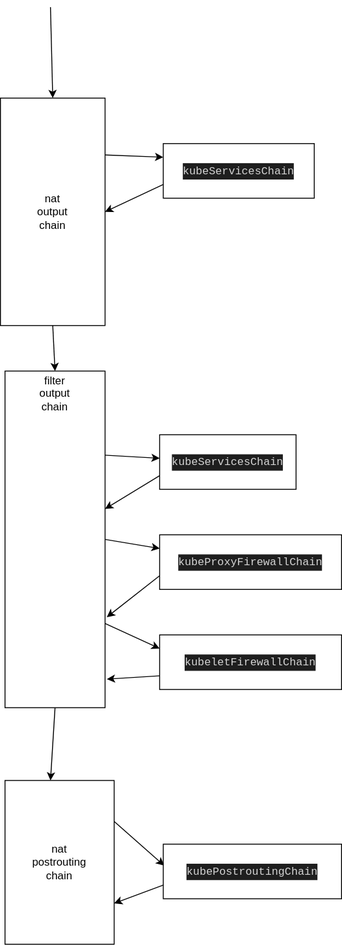
Earlier version of the draw.io export Kubernetes/resource/kubeProxyInitOutputChainJump.drawio.svg (FanHa/fanha.github.io). Source tidied: cells renumbered, new cells last; positions are measured from the earlier drawing's top-left corner, leaving out a move shared by most shapes. Its diagram source:
```xml
<mxGraphModel>
  <root>
    <mxCell id="0" />
    <mxCell id="1" parent="0" />
    <mxCell id="2" style="edgeStyle=none;html=1;exitX=1;exitY=0.25;exitDx=0;exitDy=0;" parent="1" edge="1" source="6" target="9">
      <mxGeometry relative="1" as="geometry" />
    </mxCell>
    <mxCell id="3" style="edgeStyle=none;html=1;exitX=1;exitY=0.5;exitDx=0;exitDy=0;entryX=0;entryY=0.25;entryDx=0;entryDy=0;" parent="1" edge="1" source="6" target="11">
      <mxGeometry relative="1" as="geometry" />
    </mxCell>
    <mxCell id="4" style="edgeStyle=none;html=1;exitX=1;exitY=0.75;exitDx=0;exitDy=0;entryX=0;entryY=0.25;entryDx=0;entryDy=0;" parent="1" edge="1" source="6" target="13">
      <mxGeometry relative="1" as="geometry" />
    </mxCell>
    <mxCell id="5" style="edgeStyle=none;html=1;exitX=0.5;exitY=1;exitDx=0;exitDy=0;" parent="1" edge="1" source="6">
      <mxGeometry relative="1" as="geometry">
        <mxPoint x="55" y="850" as="targetPoint" />
      </mxGeometry>
    </mxCell>
    <mxCell id="6" style="rounded=0;whiteSpace=wrap;html=1;" parent="1" vertex="1">
      <mxGeometry x="5" y="400" width="110" height="370" as="geometry" />
    </mxCell>
    <mxCell id="7" value="filter output&lt;br&gt;chain" style="text;html=1;strokeColor=none;fillColor=none;align=center;verticalAlign=middle;whiteSpace=wrap;rounded=0;" parent="1" vertex="1">
      <mxGeometry x="30" y="410" width="60" height="30" as="geometry" />
    </mxCell>
    <mxCell id="8" style="edgeStyle=none;html=1;exitX=0;exitY=0.75;exitDx=0;exitDy=0;" parent="1" edge="1" source="9" target="6">
      <mxGeometry relative="1" as="geometry" />
    </mxCell>
    <mxCell id="9" value="&lt;div style=&quot;color: rgb(212, 212, 212); background-color: rgb(30, 30, 30); font-family: Menlo, Monaco, &amp;quot;Courier New&amp;quot;, monospace; line-height: 18px;&quot;&gt;kubeServicesChain&lt;/div&gt;" style="rounded=0;whiteSpace=wrap;html=1;" parent="1" vertex="1">
      <mxGeometry x="175" y="470" width="150" height="60" as="geometry" />
    </mxCell>
    <mxCell id="10" style="edgeStyle=none;html=1;exitX=0;exitY=0.75;exitDx=0;exitDy=0;entryX=1.018;entryY=0.731;entryDx=0;entryDy=0;entryPerimeter=0;" parent="1" edge="1" source="11" target="6">
      <mxGeometry relative="1" as="geometry" />
    </mxCell>
    <mxCell id="11" value="&lt;div style=&quot;color: rgb(212, 212, 212); background-color: rgb(30, 30, 30); font-family: Menlo, Monaco, &amp;quot;Courier New&amp;quot;, monospace; line-height: 18px;&quot;&gt;&lt;div style=&quot;line-height: 18px;&quot;&gt;kubeProxyFirewallChain&lt;/div&gt;&lt;/div&gt;" style="rounded=0;whiteSpace=wrap;html=1;" parent="1" vertex="1">
      <mxGeometry x="175" y="580" width="200" height="60" as="geometry" />
    </mxCell>
    <mxCell id="12" style="edgeStyle=none;html=1;exitX=0;exitY=0.75;exitDx=0;exitDy=0;entryX=1.018;entryY=0.915;entryDx=0;entryDy=0;entryPerimeter=0;" parent="1" edge="1" source="13" target="6">
      <mxGeometry relative="1" as="geometry" />
    </mxCell>
    <mxCell id="13" value="&lt;div style=&quot;color: rgb(212, 212, 212); background-color: rgb(30, 30, 30); font-family: Menlo, Monaco, &amp;quot;Courier New&amp;quot;, monospace; line-height: 18px;&quot;&gt;&lt;div style=&quot;line-height: 18px;&quot;&gt;&lt;div style=&quot;line-height: 18px;&quot;&gt;kubeletFirewallChain&lt;/div&gt;&lt;/div&gt;&lt;/div&gt;" style="rounded=0;whiteSpace=wrap;html=1;" parent="1" vertex="1">
      <mxGeometry x="175" y="690" width="200" height="60" as="geometry" />
    </mxCell>
    <mxCell id="14" style="edgeStyle=none;html=1;exitX=1;exitY=0.25;exitDx=0;exitDy=0;entryX=0;entryY=0.25;entryDx=0;entryDy=0;" parent="1" edge="1" source="16" target="18">
      <mxGeometry relative="1" as="geometry" />
    </mxCell>
    <mxCell id="15" style="edgeStyle=none;html=1;exitX=0.5;exitY=1;exitDx=0;exitDy=0;entryX=0.5;entryY=0;entryDx=0;entryDy=0;" parent="1" edge="1" source="16" target="6">
      <mxGeometry relative="1" as="geometry" />
    </mxCell>
    <mxCell id="16" value="nat&lt;br&gt;output&lt;br&gt;chain" style="rounded=0;whiteSpace=wrap;html=1;" parent="1" vertex="1">
      <mxGeometry y="100" width="115" height="250" as="geometry" />
    </mxCell>
    <mxCell id="17" style="edgeStyle=none;html=1;exitX=0;exitY=0.75;exitDx=0;exitDy=0;entryX=1;entryY=0.5;entryDx=0;entryDy=0;" parent="1" edge="1" source="18" target="16">
      <mxGeometry relative="1" as="geometry" />
    </mxCell>
    <mxCell id="18" value="&lt;div style=&quot;color: rgb(212, 212, 212); background-color: rgb(30, 30, 30); font-family: Menlo, Monaco, &amp;quot;Courier New&amp;quot;, monospace; line-height: 18px;&quot;&gt;kubeServicesChain&lt;/div&gt;" style="rounded=0;whiteSpace=wrap;html=1;" parent="1" vertex="1">
      <mxGeometry x="179" y="150" width="166" height="60" as="geometry" />
    </mxCell>
    <mxCell id="19" style="endArrow=classic;html=1;entryX=0.5;entryY=0;entryDx=0;entryDy=0;" parent="1" edge="1" target="16">
      <mxGeometry relative="1" as="geometry">
        <mxPoint x="55" as="sourcePoint" />
      </mxGeometry>
    </mxCell>
    <mxCell id="20" style="edgeStyle=none;html=1;exitX=1;exitY=0.25;exitDx=0;exitDy=0;entryX=0.005;entryY=0.392;entryDx=0;entryDy=0;entryPerimeter=0;" parent="1" edge="1" source="21" target="23">
      <mxGeometry relative="1" as="geometry" />
    </mxCell>
    <mxCell id="21" value="nat&lt;br&gt;postrouting&lt;br&gt;chain" style="rounded=0;whiteSpace=wrap;html=1;" parent="1" vertex="1">
      <mxGeometry x="5" y="850" width="120" height="180" as="geometry" />
    </mxCell>
    <mxCell id="22" style="edgeStyle=none;html=1;exitX=0;exitY=0.75;exitDx=0;exitDy=0;entryX=1;entryY=0.75;entryDx=0;entryDy=0;" parent="1" edge="1" source="23" target="21">
      <mxGeometry relative="1" as="geometry" />
    </mxCell>
    <mxCell id="23" value="&lt;div style=&quot;color: rgb(212, 212, 212); background-color: rgb(30, 30, 30); font-family: Menlo, Monaco, &amp;quot;Courier New&amp;quot;, monospace; line-height: 18px;&quot;&gt;kubePostroutingChain&lt;/div&gt;" style="rounded=0;whiteSpace=wrap;html=1;" parent="1" vertex="1">
      <mxGeometry x="179" y="920" width="196" height="60" as="geometry" />
    </mxCell>
  </root>
</mxGraphModel>
```
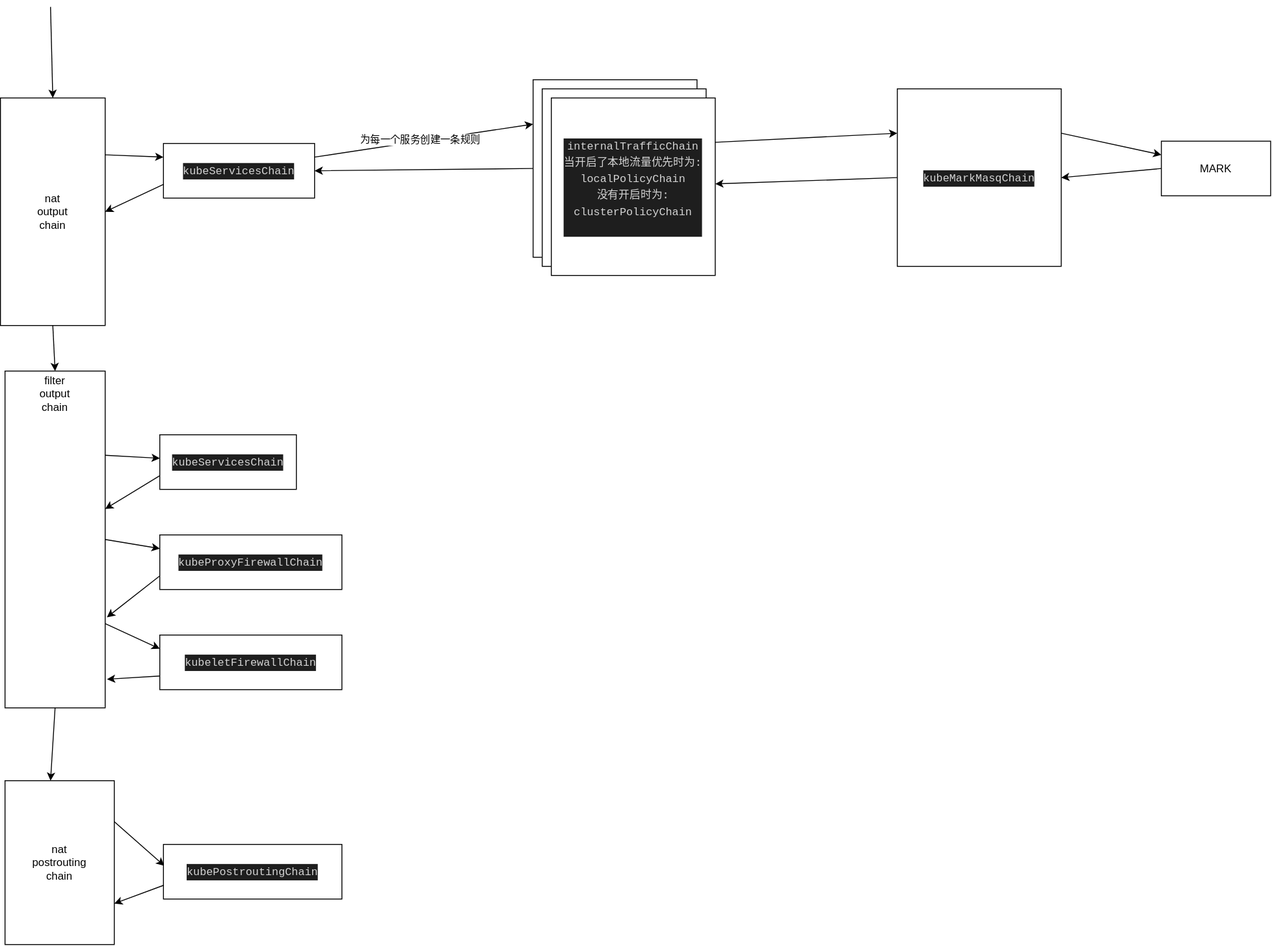
The same diagram one commit later.

What changed in the source:
```diff
@@ -52,6 +52,12 @@
     <mxCell id="17" style="edgeStyle=none;html=1;exitX=0;exitY=0.75;exitDx=0;exitDy=0;entryX=1;entryY=0.5;entryDx=0;entryDy=0;" parent="1" edge="1" source="18" target="16">
       <mxGeometry relative="1" as="geometry" />
     </mxCell>
+    <mxCell id="24" style="edgeStyle=none;html=1;exitX=1;exitY=0.25;exitDx=0;exitDy=0;entryX=0;entryY=0.25;entryDx=0;entryDy=0;" parent="1" edge="1" source="18" target="27">
+      <mxGeometry relative="1" as="geometry" />
+    </mxCell>
+    <mxCell id="25" value="为每一个服务创建一条规则" style="edgeLabel;html=1;align=center;verticalAlign=middle;" parent="24" vertex="1">
+      <mxGeometry x="-0.04" y="2" relative="1" as="geometry" />
+    </mxCell>
     <mxCell id="18" value="&lt;div style=&quot;color: rgb(212, 212, 212); background-color: rgb(30, 30, 30); font-family: Menlo, Monaco, &amp;quot;Courier New&amp;quot;, monospace; line-height: 18px;&quot;&gt;kubeServicesChain&lt;/div&gt;" style="rounded=0;whiteSpace=wrap;html=1;" parent="1" vertex="1">
       <mxGeometry x="179" y="150" width="166" height="60" as="geometry" />
     </mxCell>
@@ -72,5 +78,35 @@
     <mxCell id="23" value="&lt;div style=&quot;color: rgb(212, 212, 212); background-color: rgb(30, 30, 30); font-family: Menlo, Monaco, &amp;quot;Courier New&amp;quot;, monospace; line-height: 18px;&quot;&gt;kubePostroutingChain&lt;/div&gt;" style="rounded=0;whiteSpace=wrap;html=1;" parent="1" vertex="1">
       <mxGeometry x="179" y="920" width="196" height="60" as="geometry" />
     </mxCell>
+    <mxCell id="26" style="edgeStyle=none;html=1;exitX=0;exitY=0.5;exitDx=0;exitDy=0;entryX=1;entryY=0.5;entryDx=0;entryDy=0;" parent="1" edge="1" source="27" target="18">
+      <mxGeometry relative="1" as="geometry" />
+    </mxCell>
+    <mxCell id="27" value="&lt;div style=&quot;color: rgb(212, 212, 212); background-color: rgb(30, 30, 30); font-family: Menlo, Monaco, &amp;quot;Courier New&amp;quot;, monospace; line-height: 18px;&quot;&gt;&lt;div style=&quot;line-height: 18px;&quot;&gt;internalTrafficChain&lt;/div&gt;&lt;div style=&quot;line-height: 18px;&quot;&gt;当开启了本地流量优先时为:&lt;/div&gt;&lt;div style=&quot;line-height: 18px;&quot;&gt;&lt;div style=&quot;line-height: 18px;&quot;&gt;localPolicyChain&lt;/div&gt;&lt;div style=&quot;line-height: 18px;&quot;&gt;没有开启时为:&lt;br&gt;&lt;div style=&quot;line-height: 18px;&quot;&gt;clusterPolicyChain&lt;/div&gt;&lt;div style=&quot;line-height: 18px;&quot;&gt;&lt;br&gt;&lt;/div&gt;&lt;/div&gt;&lt;/div&gt;&lt;/div&gt;" style="rounded=0;whiteSpace=wrap;html=1;" parent="1" vertex="1">
+      <mxGeometry x="585" y="80" width="180" height="195" as="geometry" />
+    </mxCell>
+    <mxCell id="28" value="&lt;div style=&quot;color: rgb(212, 212, 212); background-color: rgb(30, 30, 30); font-family: Menlo, Monaco, &amp;quot;Courier New&amp;quot;, monospace; line-height: 18px;&quot;&gt;&lt;div style=&quot;line-height: 18px;&quot;&gt;internalTrafficChain&lt;/div&gt;&lt;div style=&quot;line-height: 18px;&quot;&gt;当开启了本地流量优先时为:&lt;/div&gt;&lt;div style=&quot;line-height: 18px;&quot;&gt;&lt;div style=&quot;line-height: 18px;&quot;&gt;localPolicyChain&lt;/div&gt;&lt;div style=&quot;line-height: 18px;&quot;&gt;没有开启时为:&lt;br&gt;&lt;div style=&quot;line-height: 18px;&quot;&gt;clusterPolicyChain&lt;/div&gt;&lt;div style=&quot;line-height: 18px;&quot;&gt;&lt;br&gt;&lt;/div&gt;&lt;/div&gt;&lt;/div&gt;&lt;/div&gt;" style="rounded=0;whiteSpace=wrap;html=1;" parent="1" vertex="1">
+      <mxGeometry x="595" y="90" width="180" height="195" as="geometry" />
+    </mxCell>
+    <mxCell id="29" style="edgeStyle=none;html=1;exitX=1;exitY=0.25;exitDx=0;exitDy=0;entryX=0;entryY=0.25;entryDx=0;entryDy=0;" parent="1" edge="1" source="30" target="33">
+      <mxGeometry relative="1" as="geometry" />
+    </mxCell>
+    <mxCell id="30" value="&lt;div style=&quot;color: rgb(212, 212, 212); background-color: rgb(30, 30, 30); font-family: Menlo, Monaco, &amp;quot;Courier New&amp;quot;, monospace; line-height: 18px;&quot;&gt;&lt;div style=&quot;line-height: 18px;&quot;&gt;internalTrafficChain&lt;/div&gt;&lt;div style=&quot;line-height: 18px;&quot;&gt;当开启了本地流量优先时为:&lt;/div&gt;&lt;div style=&quot;line-height: 18px;&quot;&gt;&lt;div style=&quot;line-height: 18px;&quot;&gt;localPolicyChain&lt;/div&gt;&lt;div style=&quot;line-height: 18px;&quot;&gt;没有开启时为:&lt;br&gt;&lt;div style=&quot;line-height: 18px;&quot;&gt;clusterPolicyChain&lt;/div&gt;&lt;div style=&quot;line-height: 18px;&quot;&gt;&lt;br&gt;&lt;/div&gt;&lt;/div&gt;&lt;/div&gt;&lt;/div&gt;" style="rounded=0;whiteSpace=wrap;html=1;" parent="1" vertex="1">
+      <mxGeometry x="605" y="100" width="180" height="195" as="geometry" />
+    </mxCell>
+    <mxCell id="31" style="edgeStyle=none;html=1;exitX=0;exitY=0.5;exitDx=0;exitDy=0;" parent="1" edge="1" source="33" target="30">
+      <mxGeometry relative="1" as="geometry" />
+    </mxCell>
+    <mxCell id="32" style="edgeStyle=none;html=1;exitX=1;exitY=0.25;exitDx=0;exitDy=0;entryX=0;entryY=0.25;entryDx=0;entryDy=0;" parent="1" edge="1" source="33" target="35">
+      <mxGeometry relative="1" as="geometry" />
+    </mxCell>
+    <mxCell id="33" value="&lt;meta charset=&quot;utf-8&quot;&gt;&lt;div style=&quot;color: rgb(212, 212, 212); background-color: rgb(30, 30, 30); font-family: Menlo, Monaco, &amp;quot;Courier New&amp;quot;, monospace; font-weight: normal; font-size: 12px; line-height: 18px;&quot;&gt;&lt;div&gt;&lt;span style=&quot;color: #d4d4d4;&quot;&gt;kubeMarkMasqChain&lt;/span&gt;&lt;/div&gt;&lt;/div&gt;" style="rounded=0;whiteSpace=wrap;html=1;" parent="1" vertex="1">
+      <mxGeometry x="985" y="90" width="180" height="195" as="geometry" />
+    </mxCell>
+    <mxCell id="34" style="edgeStyle=none;html=1;exitX=0;exitY=0.5;exitDx=0;exitDy=0;entryX=1;entryY=0.5;entryDx=0;entryDy=0;" parent="1" edge="1" source="35" target="33">
+      <mxGeometry relative="1" as="geometry" />
+    </mxCell>
+    <mxCell id="35" value="MARK" style="whiteSpace=wrap;html=1;" parent="1" vertex="1">
+      <mxGeometry x="1275" y="147.5" width="120" height="60" as="geometry" />
+    </mxCell>
   </root>
 </mxGraphModel>
```
